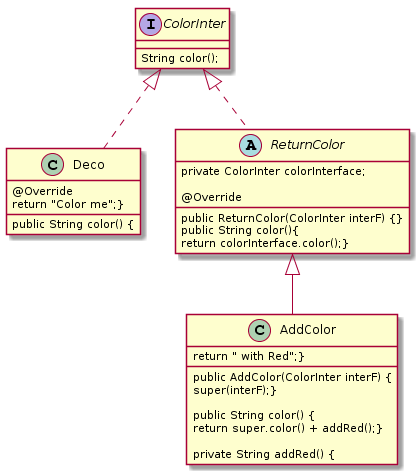
The PlantUML diagram src/img/Decorator.png in Ayabonga2017/-UML-Class-Diagram, before a commit.
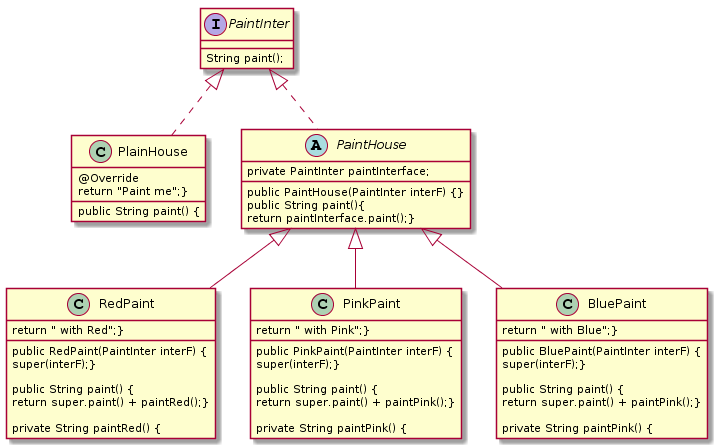
Above is the later version.

Change to the diagram source:
```diff
@@ -1,33 +1,55 @@
 @startuml
-interface ColorInter{
-    String color();
+interface PaintInter{
+    String paint();
 }
 
-class Deco implements ColorInter{
+class PlainHouse implements PaintInter{
     @Override
-    public String color() {
-        return "Color me";}
+    public String paint() {
+        return "Paint me";}
 }
 
-abstract class ReturnColor implements ColorInter{
+abstract class PaintHouse implements PaintInter{
 
-    private ColorInter colorInterface;
+    private PaintInter paintInterface;
 
-    public ReturnColor(ColorInter interF) {}
-    @Override
-    public String color(){
-        return colorInterface.color();}
+    public PaintHouse(PaintInter interF) {}
+
+    public String paint(){
+        return paintInterface.paint();}
 }
 
-class AddColor extends ReturnColor {
+class RedPaint extends PaintHouse {
 
-    public AddColor(ColorInter interF) {
+    public RedPaint(PaintInter interF) {
         super(interF);}
 
-    public String color() {
-        return super.color() + addRed();}
+    public String paint() {
+        return super.paint() + paintRed();}
 
-    private String addRed() {
+    private String paintRed() {
         return " with Red";}
 }
+class PinkPaint extends PaintHouse {
+
+    public PinkPaint(PaintInter interF) {
+        super(interF);}
+
+    public String paint() {
+        return super.paint() + paintPink();}
+
+    private String paintPink() {
+        return " with Pink";}
+}
+class BluePaint extends PaintHouse {
+
+    public BluePaint(PaintInter interF) {
+        super(interF);}
+
+    public String paint() {
+        return super.paint() + paintPink();}
+
+    private String paintPink() {
+        return " with Blue";}
+}
 @enduml
```
